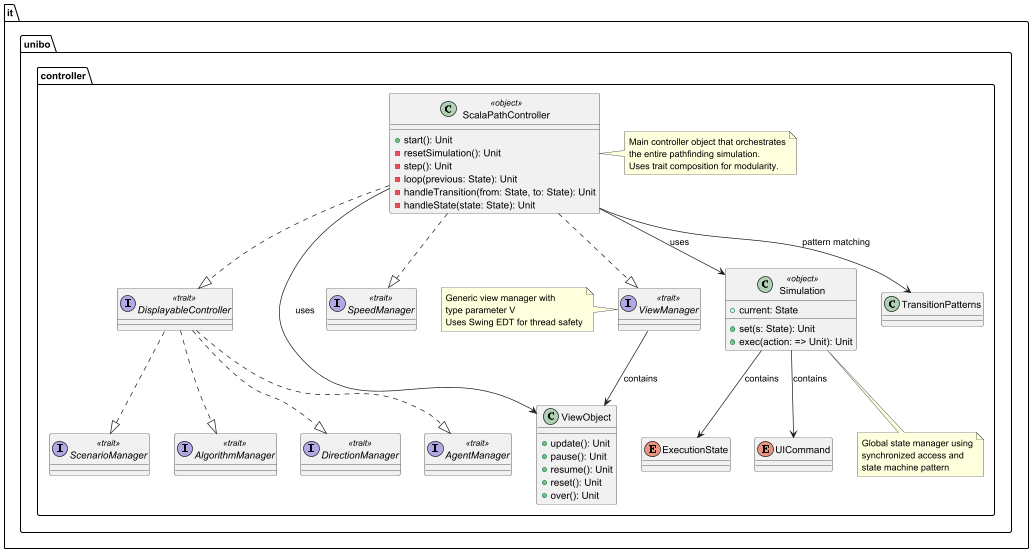
Earlier version of the PlantUML export resources/controller.png (g-mainardi/PPS-24-scala-path).
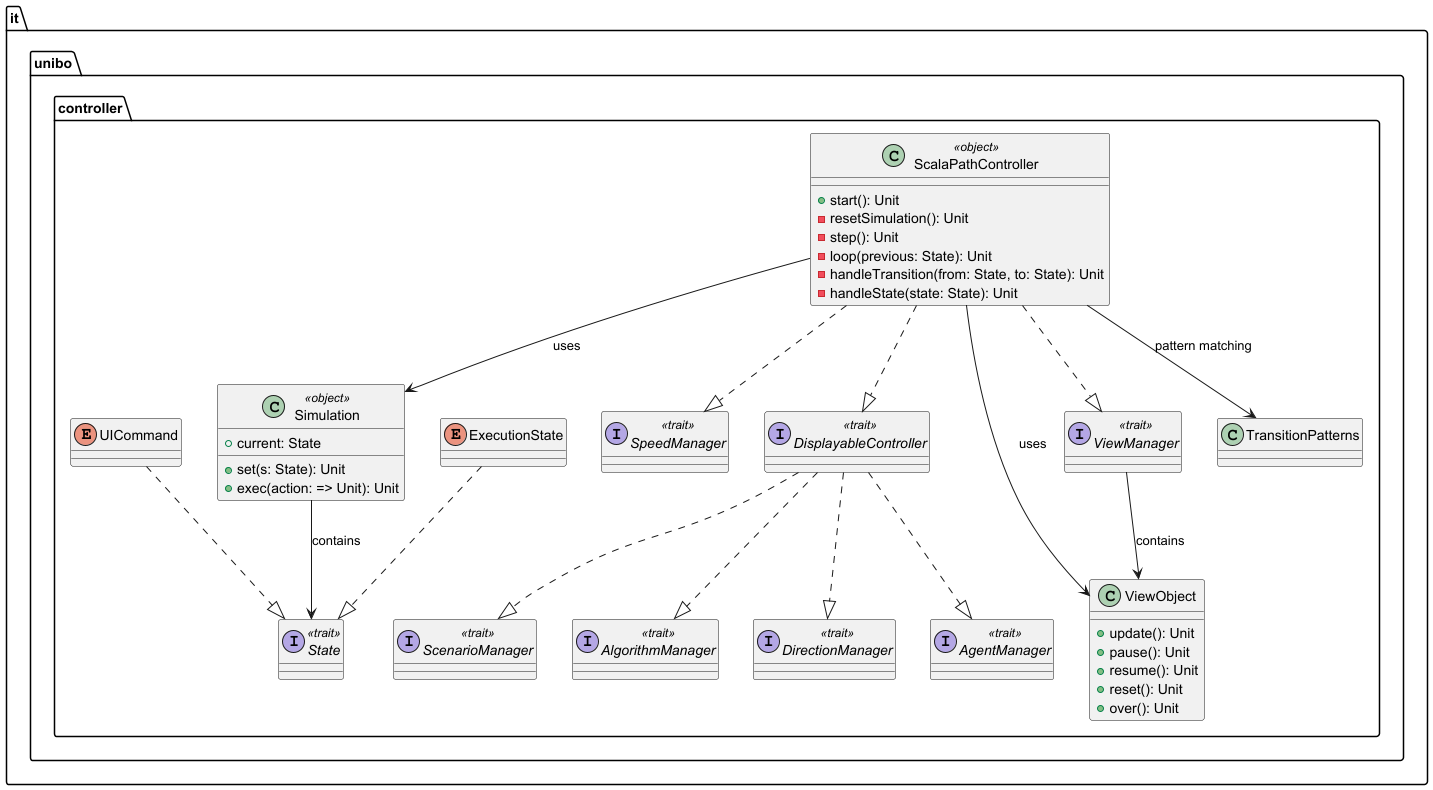
After the change.

Commit message:
docs: renaming traits and removing notes in UMLs

What changed in the source:
```diff
@@ -37,6 +37,9 @@
         +exec(action: => Unit): Unit
     }
 
+    interface State <<trait>> {
+    }
+
     enum ExecutionState {
     }
 
@@ -64,30 +67,13 @@
     DisplayableController ..|> AgentManager
 
     ScalaPathController --> Simulation : uses
-    Simulation --> ExecutionState : contains
-    Simulation --> UICommand : contains
+    ExecutionState ..|> State
+    UICommand ..|> State
+    Simulation --> State : contains
 
     ViewManager --> ViewObject : contains
     ScalaPathController --> ViewObject : uses
     ScalaPathController --> TransitionPatterns : pattern matching
-
-    note right of ScalaPathController
-        Main controller object that orchestrates
-        the entire pathfinding simulation.
-        Uses trait composition for modularity.
-    end note
-
-    note bottom of Simulation
-        Global state manager using
-        synchronized access and
-        state machine pattern
-    end note
-
-    note left of ViewManager
-        Generic view manager with
-        type parameter V
-        Uses Swing EDT for thread safety
-    end note
 }
 
 @enduml
```
